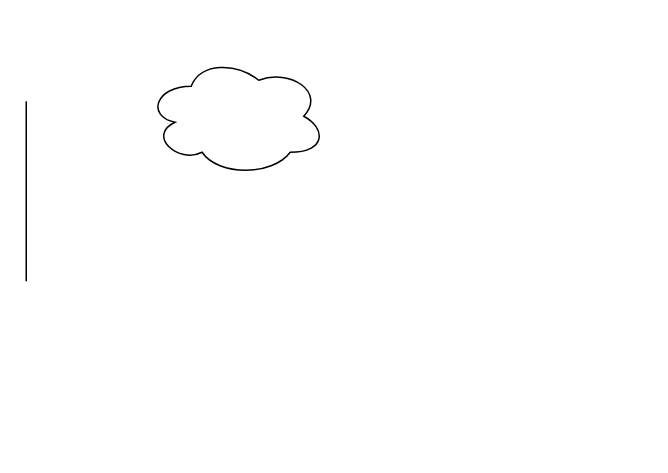
Above: test.drawio in henderson2k/scratch (draw.io), before the change. Source tidied: cells renumbered, new cells numbered last; positions are measured from the earlier drawing's top-left corner, leaving out a move shared by most shapes. Both pictures are drawn from the tidied source at 150%, with x=0, y=0 at pixel (26, 56).
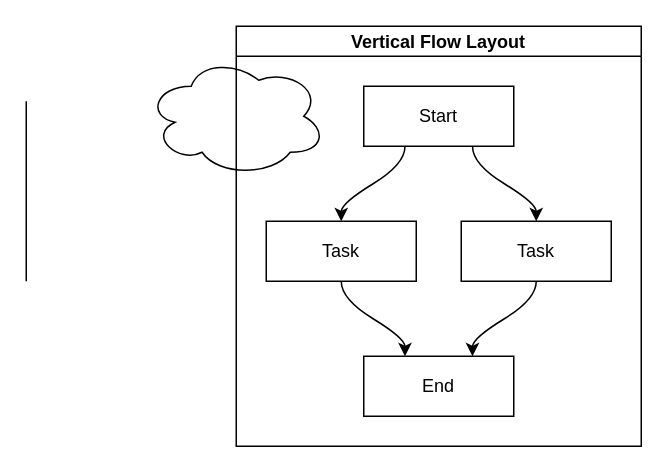
Above is the later version.

Change to the diagram source:
```diff
@@
+    <mxCell id="4" value="Vertical Flow Layout" style="swimlane;startSize=20;horizontal=1;flowOrientation=north;interRankCellSpacing=50;containerType=tree;" parent="1" vertex="1">
+      <mxGeometry x="140" y="-20" width="270" height="280" as="geometry" />
+    </mxCell>
+    <mxCell id="5" value="Start" style="whiteSpace=wrap;html=1;" parent="4" vertex="1">
+      <mxGeometry x="85" y="40" width="100" height="40" as="geometry" />
+    </mxCell>
+    <mxCell id="6" value="Task" style="whiteSpace=wrap;html=1;" parent="4" vertex="1">
+      <mxGeometry x="20" y="130" width="100" height="40" as="geometry" />
+    </mxCell>
+    <mxCell id="7" style="html=1;curved=1;noEdgeStyle=1;orthogonal=1;" parent="4" edge="1" source="5" target="6">
+      <mxGeometry relative="1" as="geometry">
+        <Array as="points">
+          <mxPoint x="112.5" y="92" />
+          <mxPoint x="70" y="118" />
+        </Array>
+      </mxGeometry>
+    </mxCell>
+    <mxCell id="8" value="Task" style="whiteSpace=wrap;html=1;" parent="4" vertex="1">
+      <mxGeometry x="150" y="130" width="100" height="40" as="geometry" />
+    </mxCell>
+    <mxCell id="9" style="html=1;curved=1;noEdgeStyle=1;orthogonal=1;" parent="4" edge="1" source="5" target="8">
+      <mxGeometry relative="1" as="geometry">
+        <Array as="points">
+          <mxPoint x="157.5" y="92" />
+          <mxPoint x="200" y="118" />
+        </Array>
+      </mxGeometry>
+    </mxCell>
+    <mxCell id="10" value="End" style="whiteSpace=wrap;html=1;" parent="4" vertex="1">
+      <mxGeometry x="85" y="220" width="100" height="40" as="geometry" />
+    </mxCell>
+    <mxCell id="11" style="html=1;curved=1;noEdgeStyle=1;orthogonal=1;" parent="4" edge="1" source="6" target="10">
+      <mxGeometry relative="1" as="geometry">
+        <Array as="points">
+          <mxPoint x="70" y="182" />
+          <mxPoint x="112.5" y="208" />
+        </Array>
+      </mxGeometry>
+    </mxCell>
+    <mxCell id="12" style="html=1;curved=1;noEdgeStyle=1;orthogonal=1;" parent="4" edge="1" source="8" target="10">
+      <mxGeometry relative="1" as="geometry">
+        <Array as="points">
+          <mxPoint x="200" y="182" />
+          <mxPoint x="157.5" y="208" />
+        </Array>
+      </mxGeometry>
+    </mxCell>
```
